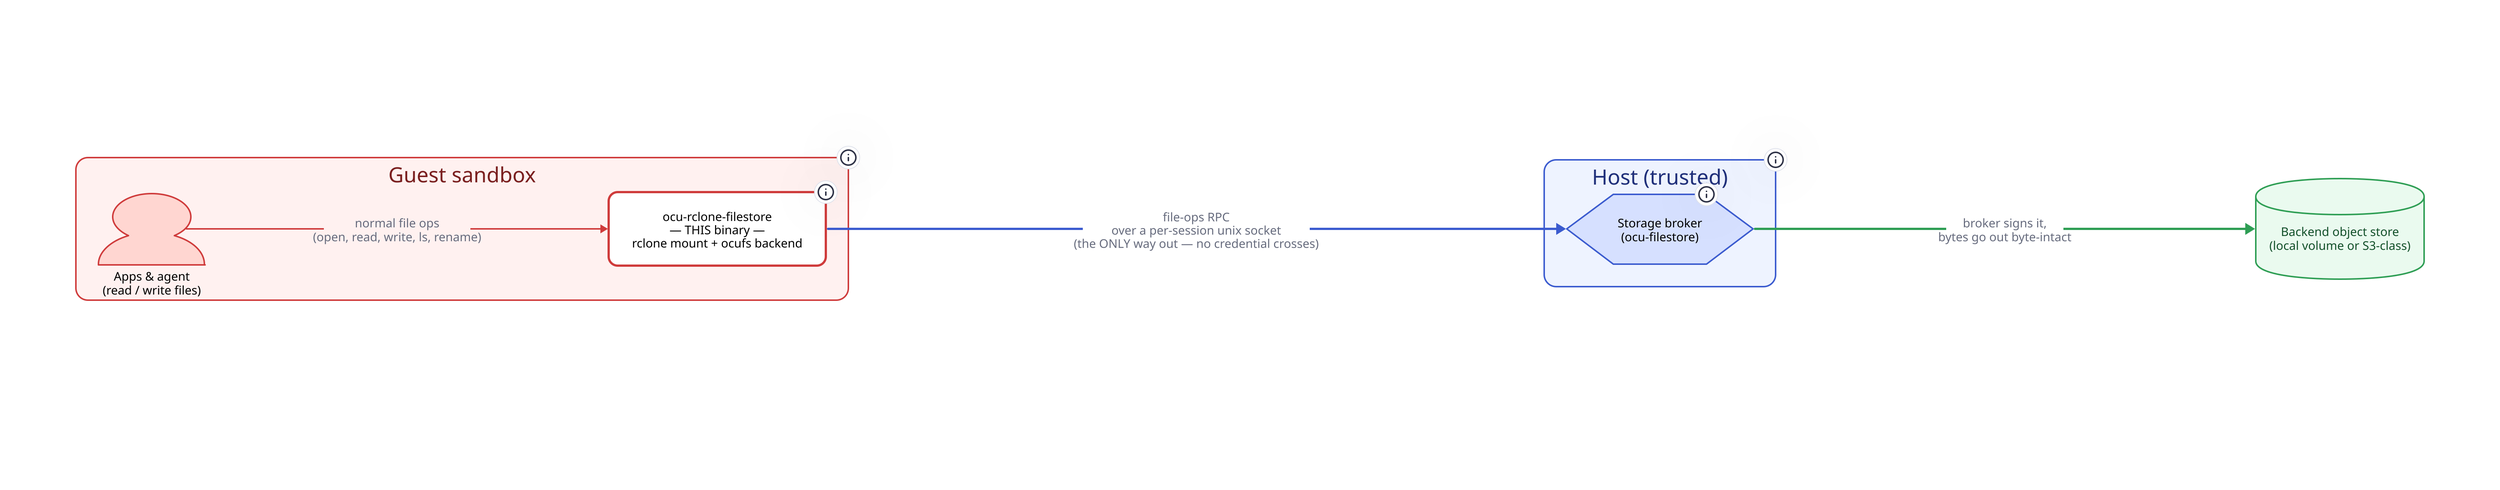
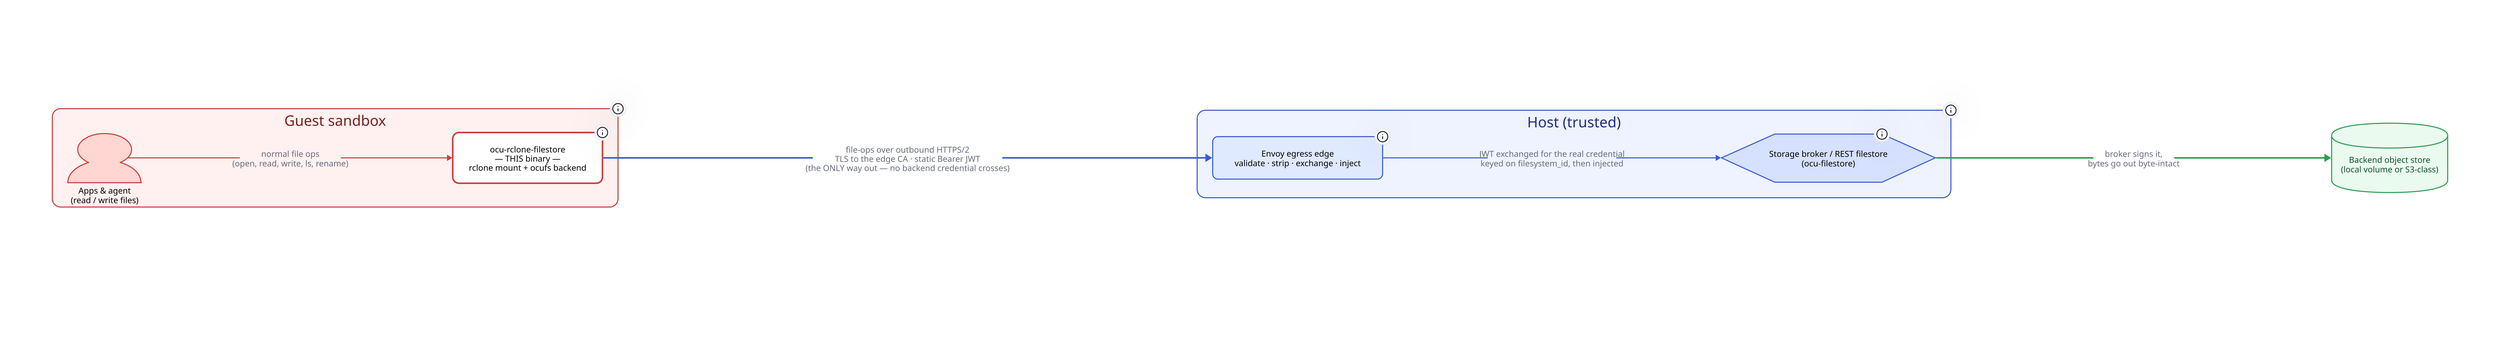
# SPDX-License-Identifier: FSL-1.1-Apache-2.0
# Copyright (c) 2025 Open Computer Use Contributors
#
# Big picture: where this binary sits and who talks to whom.
# Render: d2 docs/diagrams/01-big-picture.d2 docs/diagrams/01-big-picture.svg

direction: right

title: |md
  # What this is, and where it sits
| {near: top-center; style.font-size: 28}

guest: Guest sandbox {
  style: {fill: "#fff1f0"; stroke: "#cf3b3b"; stroke-width: 2; border-radius: 16; font-color: "#7a1f1f"}
  tooltip: Untrusted. Anything in here is assumed reachable by an attacker.
  label.near: top-center

  app: "Apps & agent\n(read / write files)" {
    shape: person
    style: {fill: "#ffd6d1"; stroke: "#cf3b3b"; font-color: "#000"}
  }
  mount: "ocu-rclone-filestore\n— THIS binary —\nrclone mount + ocufs backend" {
    style: {fill: "#ffffff"; stroke: "#cf3b3b"; stroke-width: 3; border-radius: 12; bold: true; font-color: "#000"}
-     tooltip: Holds NO credential, NO object-store client. Only a unix socket + a filesystem_id.
+     tooltip: Holds NO backend credential, NO object-store client. Only a filesystem_id and an edge-only session JWT.
  }
  app -> mount: "normal file ops\n(open, read, write, ls, rename)" {style.stroke: "#cf3b3b"}
}

host: Host (trusted) {
  style: {fill: "#eef3ff"; stroke: "#3b5bcf"; stroke-width: 2; border-radius: 16; font-color: "#1f2f7a"}
-   tooltip: Trusted control plane. Holds the one backend credential.
+   tooltip: Trusted control plane. The egress edge exchanges the session JWT for the real credential, which lives only in the broker.
  label.near: top-center

-   broker: "Storage broker\n(ocu-filestore)" {
+   edge: "Envoy egress edge\nvalidate · strip · exchange · inject" {
+     style: {fill: "#dfe9ff"; stroke: "#3b5bcf"; stroke-width: 2; border-radius: 10; font-color: "#000"}
+     tooltip: Validates the session JWT, strips it, exchanges it (RFC 8693) for the real storage credential keyed on filesystem_id, and injects it before the filestore.
+   }
+   broker: "Storage broker / REST filestore\n(ocu-filestore)" {
    shape: hexagon
    style: {fill: "#d6e0ff"; stroke: "#3b5bcf"; stroke-width: 2; font-color: "#000"}
    tooltip: Custodies the backend credential, signs every backend request, decides authorization per request.
  }
}

store: "Backend object store\n(local volume or S3-class)" {
  shape: cylinder
  style: {fill: "#eafaef"; stroke: "#2e9e54"; stroke-width: 2; font-color: "#13502a"}
}

- guest.mount -> host.broker: "file-ops RPC\nover a per-session unix socket\n(the ONLY way out — no credential crosses)" {
+ guest.mount -> host.edge: "file-ops over outbound HTTPS/2\nTLS to the edge CA · static Bearer JWT\n(the ONLY way out — no backend credential crosses)" {
  style: {stroke: "#3b5bcf"; stroke-width: 3; bold: true}
+ }
+ host.edge -> host.broker: "JWT exchanged for the real credential\nkeyed on filesystem_id, then injected" {
+   style: {stroke: "#3b5bcf"; stroke-width: 2}
}
host.broker -> store: "broker signs it,\nbytes go out byte-intact" {
  style: {stroke: "#2e9e54"; stroke-width: 3}
}

legend: |md
  **How to read this**
  - 🔴 red = untrusted guest — where this binary runs
  - 🔵 blue = trusted host — where the broker and the one credential live
  - 🟢 green = the real storage, reached only by the broker
-   - The guest can only talk through **one unix socket**, and it never holds a key.
+   - The guest dials **one outbound HTTPS connection** to the edge, and it never holds a backend key.
| {near: bottom-center; style: {fill: "#fafafa"; stroke: "#bbb"; font-size: 14}}
